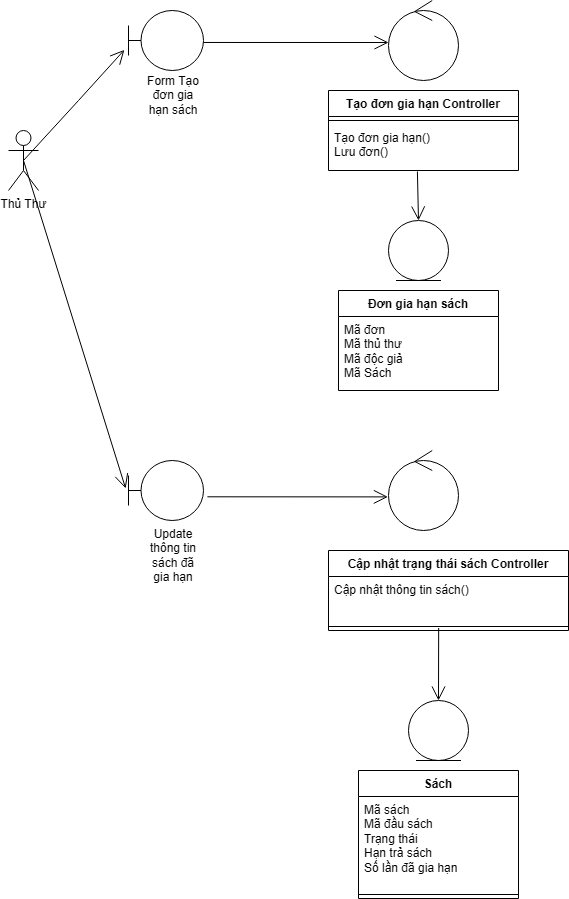
Above: Class Diagram/Analysis Class Diagram/UC gia hạn sách/Actor thủ thư.drawio.png in kimcuongdev/LibrarySystemAD (draw.io), before the change. Source tidied: cells renumbered, new cells last; positions are measured from the earlier drawing's top-left corner, leaving out a move shared by most shapes.
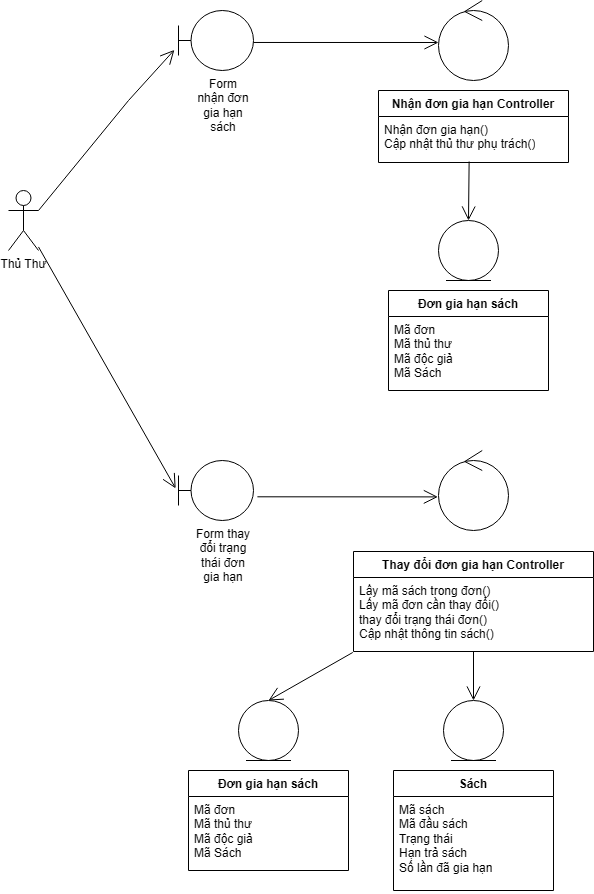
Later version of the same file.

Diff of the diagram source:
```diff
@@ -3,25 +3,22 @@
     <mxCell id="0" />
     <mxCell id="1" parent="0" />
     <mxCell id="2" value="Thủ Thư" style="shape=umlActor;verticalLabelPosition=bottom;verticalAlign=top;html=1;outlineConnect=0;" parent="1" vertex="1">
-      <mxGeometry y="130" width="30" height="60" as="geometry" />
+      <mxGeometry x="-50" y="190" width="30" height="60" as="geometry" />
     </mxCell>
     <mxCell id="3" style="shape=umlBoundary;whiteSpace=wrap;html=1;" parent="1" vertex="1">
       <mxGeometry x="120" y="10" width="75" height="60" as="geometry" />
     </mxCell>
-    <mxCell id="4" value="Form Tạo đơn gia hạn sách" style="text;html=1;align=center;verticalAlign=middle;whiteSpace=wrap;rounded=0;" parent="1" vertex="1">
-      <mxGeometry x="135" y="80" width="60" height="30" as="geometry" />
+    <mxCell id="4" value="Form nhận đơn gia hạn sách" style="text;html=1;align=center;verticalAlign=middle;whiteSpace=wrap;rounded=0;" parent="1" vertex="1">
+      <mxGeometry x="135" y="90" width="60" height="30" as="geometry" />
     </mxCell>
     <mxCell id="5" style="ellipse;shape=umlControl;whiteSpace=wrap;html=1;" parent="1" vertex="1">
       <mxGeometry x="380" width="70" height="80" as="geometry" />
     </mxCell>
-    <mxCell id="6" value="Tạo đơn gia hạn Controller" style="swimlane;fontStyle=1;align=center;verticalAlign=top;horizontal=1;startSize=26;whiteSpace=wrap;html=1;" parent="1" vertex="1">
-      <mxGeometry x="320" y="90" width="190" height="80" as="geometry" />
+    <mxCell id="6" value="Nhận đơn gia hạn Controller" style="swimlane;fontStyle=1;align=center;verticalAlign=top;horizontal=1;startSize=26;whiteSpace=wrap;html=1;" parent="1" vertex="1">
+      <mxGeometry x="320" y="90" width="190" height="72" as="geometry" />
     </mxCell>
-    <mxCell id="7" style="line;strokeWidth=1;fillColor=none;align=left;verticalAlign=middle;spacingTop=-1;spacingLeft=3;spacingRight=3;labelPosition=right;strokeColor=inherit;" parent="6" vertex="1">
-      <mxGeometry y="26" width="190" height="8" as="geometry" />
-    </mxCell>
-    <mxCell id="8" value="Tạo đơn gia hạn()&lt;div&gt;Lưu đơn()&lt;/div&gt;" style="text;strokeColor=none;fillColor=none;align=left;verticalAlign=top;spacingLeft=4;spacingRight=4;overflow=hidden;points=[[0,0.5],[1,0.5]];portConstraint=eastwest;whiteSpace=wrap;html=1;" parent="6" vertex="1">
-      <mxGeometry y="34" width="190" height="46" as="geometry" />
+    <mxCell id="8" value="Nhận đơn gia hạn()&lt;div&gt;Cập nhật thủ thư phụ trách()&lt;/div&gt;" style="text;strokeColor=none;fillColor=none;align=left;verticalAlign=top;spacingLeft=4;spacingRight=4;overflow=hidden;points=[[0,0.5],[1,0.5]];portConstraint=eastwest;whiteSpace=wrap;html=1;" parent="6" vertex="1">
+      <mxGeometry y="26" width="190" height="46" as="geometry" />
     </mxCell>
     <mxCell id="9" value="Đơn gia hạn sách" style="swimlane;fontStyle=1;align=center;verticalAlign=top;horizontal=1;startSize=26;whiteSpace=wrap;html=1;" parent="1" vertex="1">
       <mxGeometry x="330" y="290" width="160" height="100" as="geometry" />
@@ -29,13 +26,13 @@
     <mxCell id="10" value="&lt;div&gt;Mã đơn&lt;/div&gt;Mã thủ thư&lt;div&gt;Mã độc giả&lt;/div&gt;&lt;div&gt;Mã Sách&lt;/div&gt;" style="text;strokeColor=none;fillColor=none;align=left;verticalAlign=top;spacingLeft=4;spacingRight=4;overflow=hidden;whiteSpace=wrap;html=1;" parent="9" vertex="1">
       <mxGeometry y="26" width="160" height="74" as="geometry" />
     </mxCell>
-    <mxCell id="11" style="endArrow=open;endFill=1;endSize=12;html=1;rounded=0;exitX=0.468;exitY=1.022;exitDx=0;exitDy=0;exitPerimeter=0;entryX=0.5;entryY=0;entryDx=0;entryDy=0;" parent="1" edge="1" source="8" target="14">
+    <mxCell id="11" style="endArrow=open;endFill=1;endSize=12;html=1;rounded=0;exitX=0.477;exitY=0.978;exitDx=0;exitDy=0;exitPerimeter=0;entryX=0.5;entryY=0;entryDx=0;entryDy=0;" parent="1" edge="1" source="8" target="14">
       <mxGeometry relative="1" as="geometry" />
     </mxCell>
     <mxCell id="12" style="endArrow=open;endFill=1;endSize=12;html=1;rounded=0;exitX=1;exitY=0.533;exitDx=0;exitDy=0;exitPerimeter=0;entryX=0;entryY=0.525;entryDx=0;entryDy=0;entryPerimeter=0;" parent="1" edge="1" source="3" target="5">
       <mxGeometry relative="1" as="geometry" />
     </mxCell>
-    <mxCell id="13" style="endArrow=open;endFill=1;endSize=12;html=1;rounded=0;exitX=0.5;exitY=0.5;exitDx=0;exitDy=0;exitPerimeter=0;entryX=-0.055;entryY=0.657;entryDx=0;entryDy=0;entryPerimeter=0;" parent="1" edge="1" source="2" target="3">
+    <mxCell id="13" style="endArrow=open;endFill=1;endSize=12;html=1;rounded=0;exitX=1;exitY=0.3333333333333333;exitDx=0;exitDy=0;exitPerimeter=0;entryX=-0.055;entryY=0.657;entryDx=0;entryDy=0;entryPerimeter=0;" parent="1" edge="1" source="2" target="3">
       <mxGeometry relative="1" as="geometry">
         <Array as="points">
           <mxPoint x="70" y="100" />
@@ -45,7 +42,7 @@
     <mxCell id="14" style="ellipse;shape=umlEntity;whiteSpace=wrap;html=1;" parent="1" vertex="1">
       <mxGeometry x="380" y="220" width="60" height="60" as="geometry" />
     </mxCell>
-    <mxCell id="15" style="endArrow=open;endFill=1;endSize=12;html=1;rounded=0;exitX=0.5;exitY=0.5;exitDx=0;exitDy=0;exitPerimeter=0;entryX=-0.038;entryY=0.465;entryDx=0;entryDy=0;entryPerimeter=0;" parent="1" edge="1" source="2" target="17">
+    <mxCell id="15" style="endArrow=open;endFill=1;endSize=12;html=1;rounded=0;entryX=-0.038;entryY=0.465;entryDx=0;entryDy=0;entryPerimeter=0;" parent="1" edge="1" source="2" target="17">
       <mxGeometry relative="1" as="geometry" />
     </mxCell>
     <mxCell id="16" style="group;" parent="1" vertex="1">
@@ -54,7 +51,7 @@
     <mxCell id="17" style="shape=umlBoundary;whiteSpace=wrap;html=1;" parent="16" vertex="1">
       <mxGeometry width="75" height="60" as="geometry" />
     </mxCell>
-    <mxCell id="18" value="Update thông tin sách đã gia hạn" style="text;html=1;align=center;verticalAlign=middle;whiteSpace=wrap;rounded=0;" parent="16" vertex="1">
+    <mxCell id="18" value="Form thay đổi trạng thái đơn gia hạn" style="text;html=1;align=center;verticalAlign=middle;whiteSpace=wrap;rounded=0;" parent="16" vertex="1">
       <mxGeometry x="15" y="80" width="60" height="30" as="geometry" />
     </mxCell>
     <mxCell id="19" style="endArrow=open;endFill=1;endSize=12;html=1;rounded=0;exitX=1.052;exitY=0.605;exitDx=0;exitDy=0;exitPerimeter=0;entryX=-0.009;entryY=0.58;entryDx=0;entryDy=0;entryPerimeter=0;" parent="1" edge="1" source="17" target="20">
@@ -63,29 +60,35 @@
     <mxCell id="20" style="ellipse;shape=umlControl;whiteSpace=wrap;html=1;" parent="1" vertex="1">
       <mxGeometry x="380" y="450" width="70" height="80" as="geometry" />
     </mxCell>
-    <mxCell id="21" value="Cập nhật trạng thái sách Controller" style="swimlane;fontStyle=1;align=center;verticalAlign=top;horizontal=1;startSize=26;whiteSpace=wrap;html=1;" parent="1" vertex="1">
-      <mxGeometry x="320" y="550" width="240" height="80" as="geometry" />
+    <mxCell id="21" value="Thay đổi đơn gia hạn Controller" style="swimlane;fontStyle=1;align=center;verticalAlign=top;horizontal=1;startSize=26;whiteSpace=wrap;html=1;" parent="1" vertex="1">
+      <mxGeometry x="295" y="551" width="240" height="100" as="geometry" />
     </mxCell>
-    <mxCell id="22" value="Cập nhật thông tin sách()" style="text;strokeColor=none;fillColor=none;align=left;verticalAlign=top;spacingLeft=4;spacingRight=4;overflow=hidden;points=[[0,0.5],[1,0.5]];portConstraint=eastwest;whiteSpace=wrap;html=1;" parent="21" vertex="1">
-      <mxGeometry y="26" width="240" height="46" as="geometry" />
+    <mxCell id="22" value="&lt;div&gt;Lấy mã sách trong đơn()&lt;/div&gt;&lt;div&gt;Lấy mã đơn cần thay đổi()&lt;/div&gt;&lt;div&gt;thay đổi trạng thái đơn()&lt;/div&gt;Cập nhật thông tin sách()&lt;div&gt;&lt;br&gt;&lt;/div&gt;" style="text;strokeColor=none;fillColor=none;align=left;verticalAlign=top;spacingLeft=4;spacingRight=4;overflow=hidden;points=[[0,0.5],[1,0.5]];portConstraint=eastwest;whiteSpace=wrap;html=1;" parent="21" vertex="1">
+      <mxGeometry y="26" width="240" height="74" as="geometry" />
     </mxCell>
-    <mxCell id="23" style="line;strokeWidth=1;fillColor=none;align=left;verticalAlign=middle;spacingTop=-1;spacingLeft=3;spacingRight=3;labelPosition=right;points=[];portConstraint=eastwest;strokeColor=inherit;" parent="21" vertex="1">
-      <mxGeometry y="72" width="240" height="8" as="geometry" />
-    </mxCell>
     <mxCell id="24" value="Sách" style="swimlane;fontStyle=1;align=center;verticalAlign=top;horizontal=1;startSize=26;whiteSpace=wrap;html=1;" parent="1" vertex="1">
-      <mxGeometry x="350" y="770" width="160" height="128" as="geometry" />
+      <mxGeometry x="335" y="770" width="160" height="120" as="geometry" />
     </mxCell>
     <mxCell id="25" value="Mã sách&lt;div&gt;Mã đầu sách&lt;/div&gt;&lt;div&gt;&lt;div&gt;Trạng thái&lt;/div&gt;&lt;/div&gt;&lt;div&gt;Hạn trả sách&lt;/div&gt;&lt;div&gt;Số lần đã gia hạn&amp;nbsp;&lt;/div&gt;" style="text;strokeColor=none;fillColor=none;align=left;verticalAlign=top;spacingLeft=4;spacingRight=4;overflow=hidden;whiteSpace=wrap;html=1;" parent="24" vertex="1">
       <mxGeometry y="26" width="160" height="94" as="geometry" />
     </mxCell>
-    <mxCell id="26" style="line;strokeWidth=1;fillColor=none;align=left;verticalAlign=middle;spacingTop=-1;spacingLeft=3;spacingRight=3;labelPosition=right;strokeColor=inherit;" parent="24" vertex="1">
-      <mxGeometry y="120" width="160" height="8" as="geometry" />
-    </mxCell>
-    <mxCell id="27" style="endArrow=open;endFill=1;endSize=12;html=1;rounded=0;exitX=0.459;exitY=0.694;exitDx=0;exitDy=0;exitPerimeter=0;entryX=0.5;entryY=0;entryDx=0;entryDy=0;" parent="1" edge="1" source="23" target="28">
+    <mxCell id="27" style="endArrow=open;endFill=1;endSize=12;html=1;rounded=0;entryX=0.5;entryY=0;entryDx=0;entryDy=0;exitX=0.5;exitY=1.005;exitDx=0;exitDy=0;exitPerimeter=0;" parent="1" edge="1" source="22" target="28">
       <mxGeometry relative="1" as="geometry" />
     </mxCell>
     <mxCell id="28" style="ellipse;shape=umlEntity;whiteSpace=wrap;html=1;" parent="1" vertex="1">
-      <mxGeometry x="400" y="700" width="60" height="60" as="geometry" />
+      <mxGeometry x="385" y="700" width="60" height="60" as="geometry" />
     </mxCell>
+    <mxCell id="29" value="Đơn gia hạn sách" style="swimlane;fontStyle=1;align=center;verticalAlign=top;horizontal=1;startSize=26;whiteSpace=wrap;html=1;" parent="1" vertex="1">
+      <mxGeometry x="130" y="770" width="160" height="100" as="geometry" />
+    </mxCell>
+    <mxCell id="30" value="&lt;div&gt;Mã đơn&lt;/div&gt;Mã thủ thư&lt;div&gt;Mã độc giả&lt;/div&gt;&lt;div&gt;Mã Sách&lt;/div&gt;" style="text;strokeColor=none;fillColor=none;align=left;verticalAlign=top;spacingLeft=4;spacingRight=4;overflow=hidden;whiteSpace=wrap;html=1;" parent="29" vertex="1">
+      <mxGeometry y="26" width="160" height="74" as="geometry" />
+    </mxCell>
+    <mxCell id="31" style="endArrow=open;endFill=1;endSize=12;html=1;rounded=0;exitX=-0.003;exitY=1.013;exitDx=0;exitDy=0;exitPerimeter=0;entryX=0.5;entryY=0;entryDx=0;entryDy=0;" parent="1" edge="1" source="22" target="32">
+      <mxGeometry relative="1" as="geometry" />
+    </mxCell>
+    <mxCell id="32" style="ellipse;shape=umlEntity;whiteSpace=wrap;html=1;" parent="1" vertex="1">
+      <mxGeometry x="180" y="700" width="60" height="60" as="geometry" />
+    </mxCell>
   </root>
 </mxGraphModel>
```
